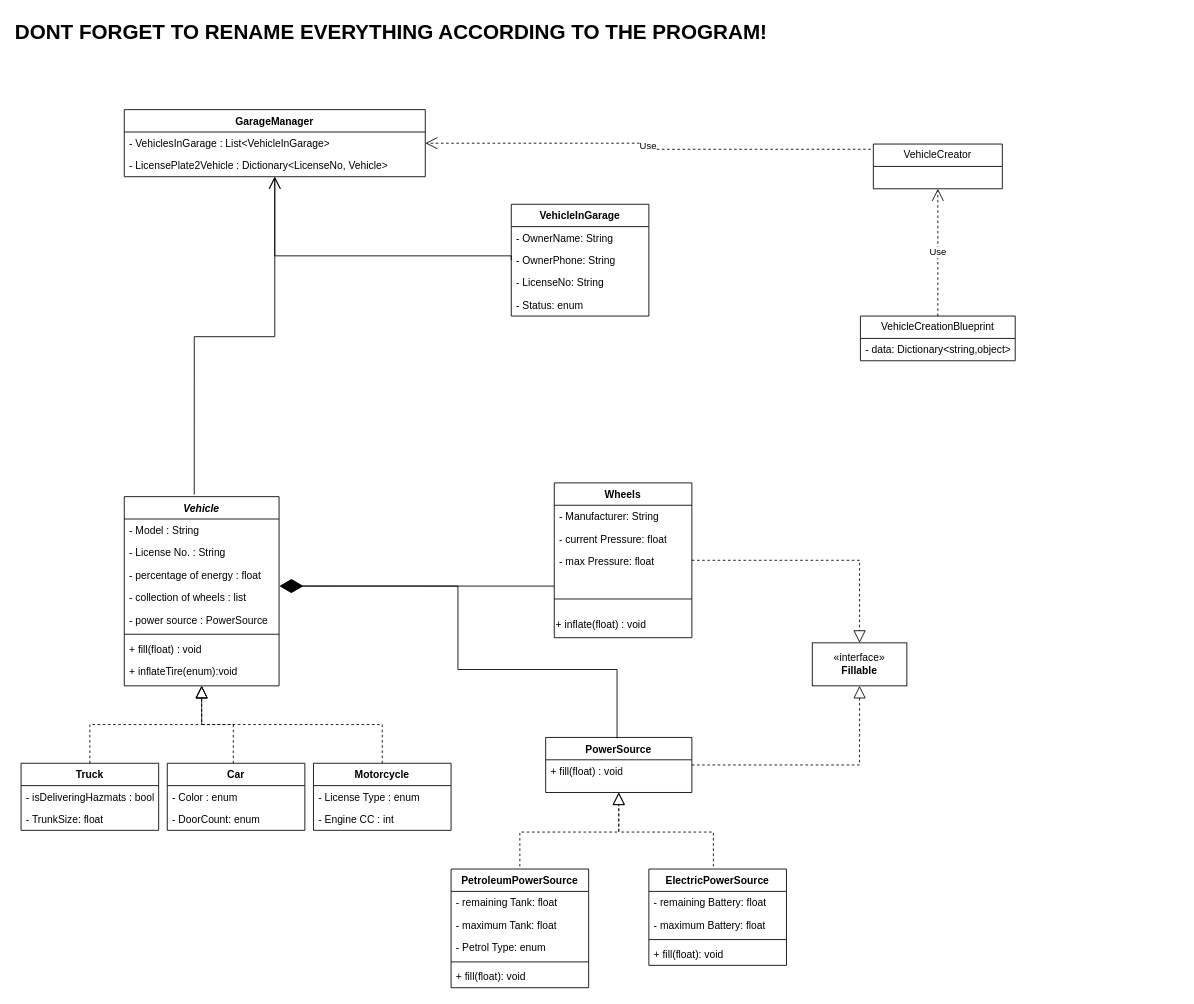
This is Untitled Diagram.drawio from gaviezri/Garage, a draw.io file, before an edit. Source tidied: cells renumbered, new cells numbered last; positions are measured from the earlier drawing's top-left corner, leaving out a move shared by most shapes. Both pictures are drawn from the tidied source at 86%, with x=0, y=0 at pixel (21, 15).
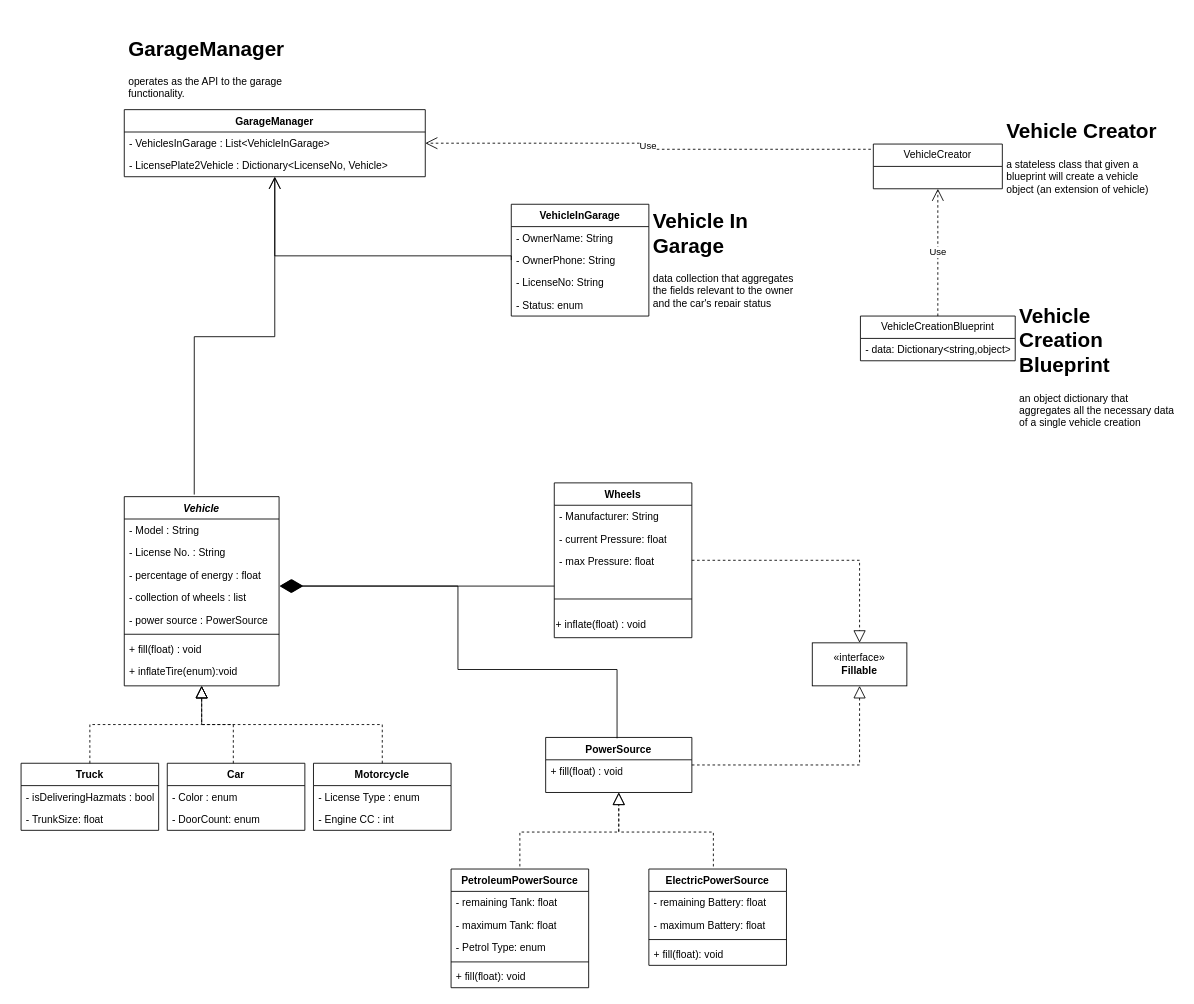
The same diagram, later.

What changed in the source:
```diff
@@
-    <mxCell id="33" value="DONT FORGET TO RENAME EVERYTHING ACCORDING TO THE PROGRAM!" style="text;strokeColor=none;fillColor=none;html=1;fontSize=24;fontStyle=1;verticalAlign=middle;align=center;" parent="1" vertex="1">
-      <mxGeometry x="380" width="100" height="40" as="geometry" />
-    </mxCell>
@@
+    <mxCell id="65" value="&lt;h1&gt;GarageManager&lt;/h1&gt;&lt;div&gt;operates as the API to the garage functionality.&lt;br&gt;&lt;br&gt;&lt;/div&gt;" style="text;html=1;strokeColor=none;fillColor=none;spacing=5;spacingTop=-20;whiteSpace=wrap;overflow=hidden;rounded=0;" parent="1" vertex="1">
+      <mxGeometry x="120" y="20" width="190" height="120" as="geometry" />
+    </mxCell>
+    <mxCell id="66" value="&lt;h1&gt;Vehicle In Garage&lt;/h1&gt;&lt;div&gt;data collection that aggregates the fields relevant to the owner and the car's repair status&lt;/div&gt;" style="text;html=1;strokeColor=none;fillColor=none;spacing=5;spacingTop=-20;whiteSpace=wrap;overflow=hidden;rounded=0;" parent="1" vertex="1">
+      <mxGeometry x="730" y="220" width="190" height="120" as="geometry" />
+    </mxCell>
+    <mxCell id="67" value="&lt;h1&gt;Vehicle Creator&lt;/h1&gt;&lt;p&gt;a stateless class that given a blueprint will create a vehicle object (an extension of vehicle)&lt;/p&gt;" style="text;html=1;strokeColor=none;fillColor=none;spacing=5;spacingTop=-20;whiteSpace=wrap;overflow=hidden;rounded=0;" parent="1" vertex="1">
+      <mxGeometry x="1141" y="116" width="190" height="120" as="geometry" />
+    </mxCell>
+    <mxCell id="68" value="&lt;h1&gt;Vehicle Creation Blueprint&lt;/h1&gt;&lt;div&gt;an object dictionary that aggregates all the necessary data of a single vehicle creation&lt;/div&gt;&lt;div&gt;&lt;br&gt;&lt;/div&gt;" style="text;html=1;strokeColor=none;fillColor=none;spacing=5;spacingTop=-20;whiteSpace=wrap;overflow=hidden;rounded=0;" parent="1" vertex="1">
+      <mxGeometry x="1156" y="330" width="190" height="160" as="geometry" />
+    </mxCell>
```
